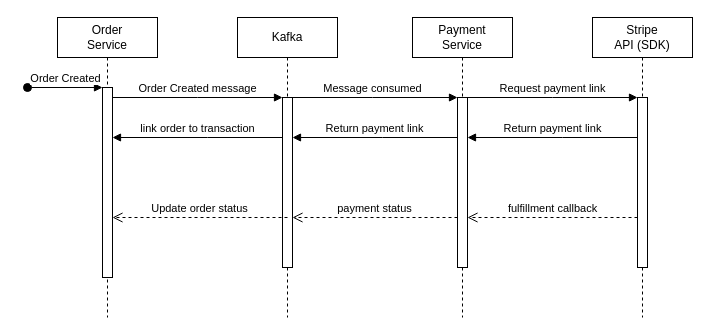
Above: spring05/Payment Diagram.drawio in Davi0805/Spring-Boot-Exercises (draw.io), before the change. Source tidied: cells renumbered, new cells numbered last; positions are measured from the earlier drawing's top-left corner, leaving out a move shared by most shapes. Both pictures are drawn from the tidied source at 100%, with x=0, y=0 at pixel (27, 17).
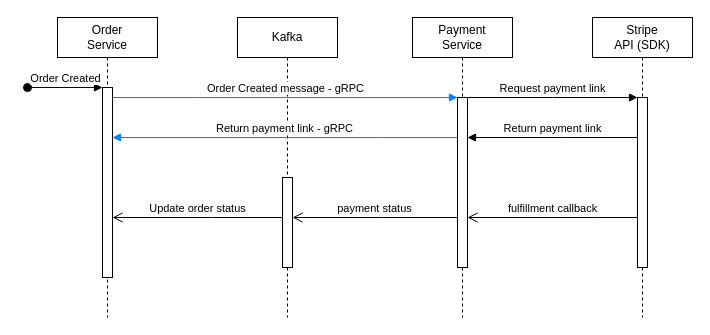
The same diagram, later.

Unchanged cells that the change refers to:
```xml
<mxCell id="3" style="html=1;points=[];perimeter=orthogonalPerimeter;outlineConnect=0;targetShapes=umlLifeline;portConstraint=eastwest;newEdgeStyle={&quot;edgeStyle&quot;:&quot;elbowEdgeStyle&quot;,&quot;elbow&quot;:&quot;vertical&quot;,&quot;curved&quot;:0,&quot;rounded&quot;:0};" parent="2" vertex="1">
  <mxGeometry x="45" y="70" width="10" height="190" as="geometry" />
</mxCell>
<mxCell id="5" value="Kafka" style="shape=umlLifeline;perimeter=lifelinePerimeter;whiteSpace=wrap;html=1;newEdgeStyle={&quot;edgeStyle&quot;:&quot;elbowEdgeStyle&quot;,&quot;elbow&quot;:&quot;vertical&quot;,&quot;curved&quot;:0,&quot;rounded&quot;:0};" parent="1" vertex="1">
  <mxGeometry x="210" width="100" height="300" as="geometry" />
</mxCell>
<mxCell id="11" style="html=1;points=[];perimeter=orthogonalPerimeter;outlineConnect=0;targetShapes=umlLifeline;portConstraint=eastwest;newEdgeStyle={&quot;edgeStyle&quot;:&quot;elbowEdgeStyle&quot;,&quot;elbow&quot;:&quot;vertical&quot;,&quot;curved&quot;:0,&quot;rounded&quot;:0};" parent="10" vertex="1">
  <mxGeometry x="45" y="80" width="10" height="170" as="geometry" />
</mxCell>
<mxCell id="16" style="html=1;points=[];perimeter=orthogonalPerimeter;outlineConnect=0;targetShapes=umlLifeline;portConstraint=eastwest;newEdgeStyle={&quot;edgeStyle&quot;:&quot;elbowEdgeStyle&quot;,&quot;elbow&quot;:&quot;vertical&quot;,&quot;curved&quot;:0,&quot;rounded&quot;:0};" parent="15" vertex="1">
  <mxGeometry x="45" y="80" width="10" height="170" as="geometry" />
</mxCell>
```

The edit, as a diff of the source:
```diff
@@
     <mxCell id="6" style="html=1;points=[];perimeter=orthogonalPerimeter;outlineConnect=0;targetShapes=umlLifeline;portConstraint=eastwest;newEdgeStyle={&quot;edgeStyle&quot;:&quot;elbowEdgeStyle&quot;,&quot;elbow&quot;:&quot;vertical&quot;,&quot;curved&quot;:0,&quot;rounded&quot;:0};" parent="5" vertex="1">
-      <mxGeometry x="45" y="80" width="10" height="170" as="geometry" />
+      <mxGeometry x="45" y="160" width="10" height="90" as="geometry" />
     </mxCell>
-    <mxCell id="7" value="Order Created message" style="html=1;verticalAlign=bottom;endArrow=block;edgeStyle=elbowEdgeStyle;elbow=vertical;curved=0;rounded=0;" parent="1" edge="1" source="3" target="6">
+    <mxCell id="7" value="Order Created message - gRPC" style="html=1;verticalAlign=bottom;endArrow=block;edgeStyle=elbowEdgeStyle;elbow=vertical;curved=0;rounded=0;strokeColor=#007FFF;" parent="1" edge="1" source="3" target="11">
       <mxGeometry relative="1" as="geometry">
         <Array as="points">
           <mxPoint x="170" y="80" />
         </Array>
       </mxGeometry>
     </mxCell>
-    <mxCell id="8" value="Update order status" style="html=1;verticalAlign=bottom;endArrow=open;dashed=1;endSize=8;edgeStyle=elbowEdgeStyle;elbow=vertical;curved=0;rounded=0;" parent="1" edge="1" target="3">
+    <mxCell id="8" value="Update order status" style="html=1;verticalAlign=bottom;endArrow=open;endSize=8;edgeStyle=elbowEdgeStyle;elbow=vertical;curved=0;rounded=0;strokeColor=default;" parent="1" edge="1" source="6" target="3">
       <mxGeometry relative="1" as="geometry">
-        <mxPoint x="260" y="200" as="sourcePoint" />
         <Array as="points">
           <mxPoint x="185" y="200" />
         </Array>
       </mxGeometry>
     </mxCell>
-    <mxCell id="9" value="link order to transaction" style="html=1;verticalAlign=bottom;endArrow=block;edgeStyle=elbowEdgeStyle;elbow=vertical;curved=0;rounded=0;" parent="1" edge="1" source="6" target="3">
-      <mxGeometry relative="1" as="geometry">
-        <Array as="points">
-          <mxPoint x="180" y="120" />
-        </Array>
-      </mxGeometry>
-    </mxCell>
@@
-    <mxCell id="12" value="Message consumed" style="html=1;verticalAlign=bottom;endArrow=block;edgeStyle=elbowEdgeStyle;elbow=vertical;curved=0;rounded=0;" parent="1" edge="1" target="11">
-      <mxGeometry relative="1" as="geometry">
-        <mxPoint x="260" y="80" as="sourcePoint" />
-        <Array as="points">
-          <mxPoint x="345" y="80" />
-        </Array>
-      </mxGeometry>
-    </mxCell>
-    <mxCell id="13" value="Return payment link" style="html=1;verticalAlign=bottom;endArrow=block;edgeStyle=elbowEdgeStyle;elbow=vertical;curved=0;rounded=0;" parent="1" edge="1" source="11">
+    <mxCell id="13" value="Return payment link - gRPC" style="html=1;verticalAlign=bottom;endArrow=block;edgeStyle=elbowEdgeStyle;elbow=vertical;curved=0;rounded=0;strokeColor=#007FFF;" parent="1" edge="1" source="11" target="3">
       <mxGeometry relative="1" as="geometry">
-        <mxPoint x="265" y="120" as="targetPoint" />
         <Array as="points">
           <mxPoint x="355" y="120" />
         </Array>
       </mxGeometry>
     </mxCell>
-    <mxCell id="14" value="payment status" style="html=1;verticalAlign=bottom;endArrow=open;dashed=1;endSize=8;edgeStyle=elbowEdgeStyle;elbow=vertical;curved=0;rounded=0;" parent="1" edge="1" target="6">
+    <mxCell id="14" value="payment status" style="html=1;verticalAlign=bottom;endArrow=open;endSize=8;edgeStyle=elbowEdgeStyle;elbow=vertical;curved=0;rounded=0;" parent="1" edge="1" target="6">
       <mxGeometry relative="1" as="geometry">
         <mxPoint x="430" y="200" as="sourcePoint" />
         <Array as="points">
           <mxPoint x="355" y="200" />
         </Array>
       </mxGeometry>
     </mxCell>
@@
-    <mxCell id="19" value="fulfillment callback" style="html=1;verticalAlign=bottom;endArrow=open;dashed=1;endSize=8;edgeStyle=elbowEdgeStyle;elbow=vertical;curved=0;rounded=0;" parent="1" edge="1" source="16">
+    <mxCell id="19" value="fulfillment callback" style="html=1;verticalAlign=bottom;endArrow=open;endSize=8;edgeStyle=elbowEdgeStyle;elbow=vertical;curved=0;rounded=0;" parent="1" edge="1" source="16">
       <mxGeometry relative="1" as="geometry">
         <mxPoint x="440" y="200" as="targetPoint" />
         <Array as="points">
           <mxPoint x="570" y="200" />
           <mxPoint x="535" y="240" />
         </Array>
       </mxGeometry>
     </mxCell>
```
